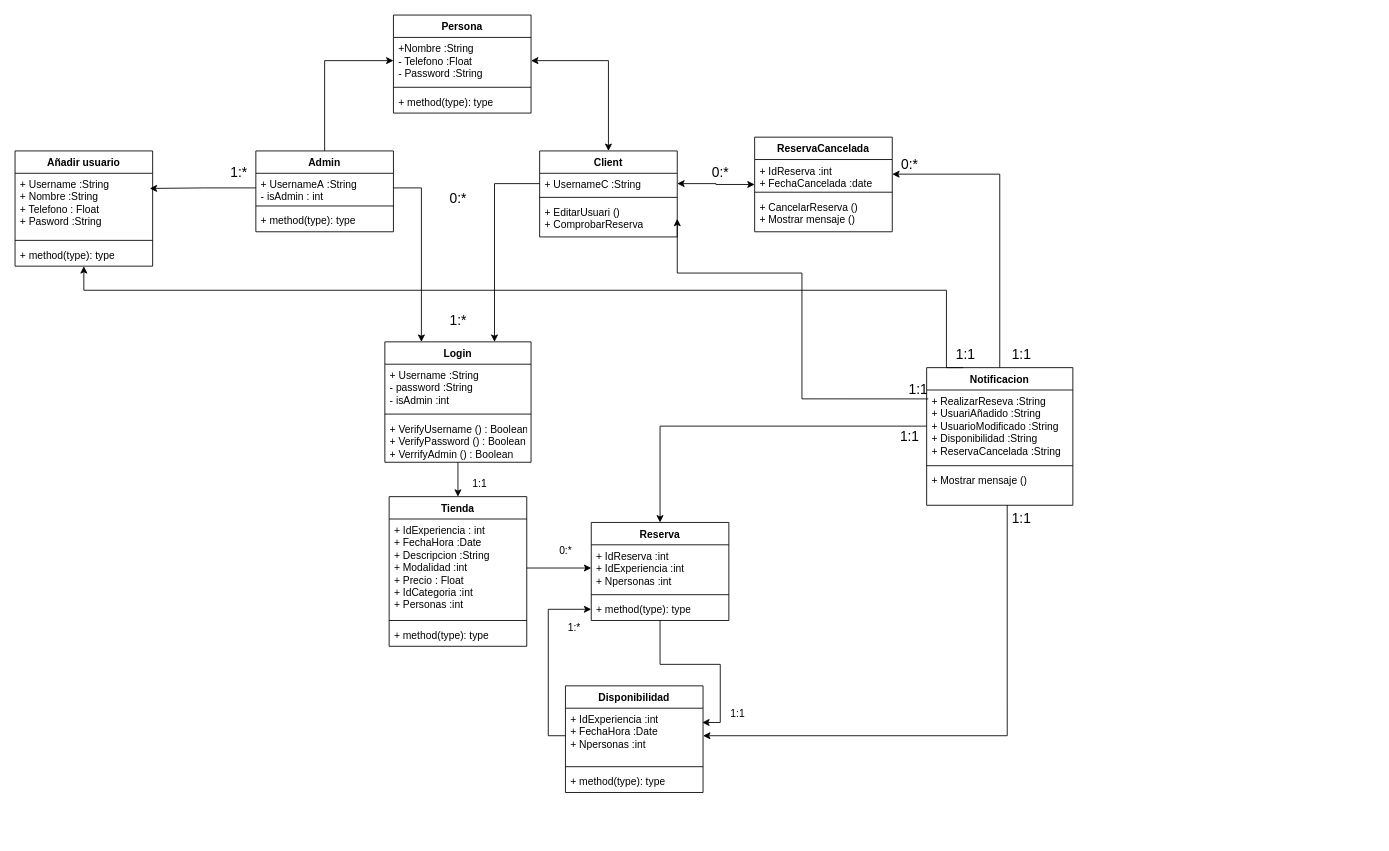
This is Diagramas/UML_XaJo.drawio from joam6/Sailing_XaJo, a draw.io file, before an edit. Source tidied: cells renumbered, new cells numbered last; positions are measured from the earlier drawing's top-left corner, leaving out a move shared by most shapes. Both pictures are drawn from the tidied source at 86%, with x=0, y=0 at pixel (15, 15).
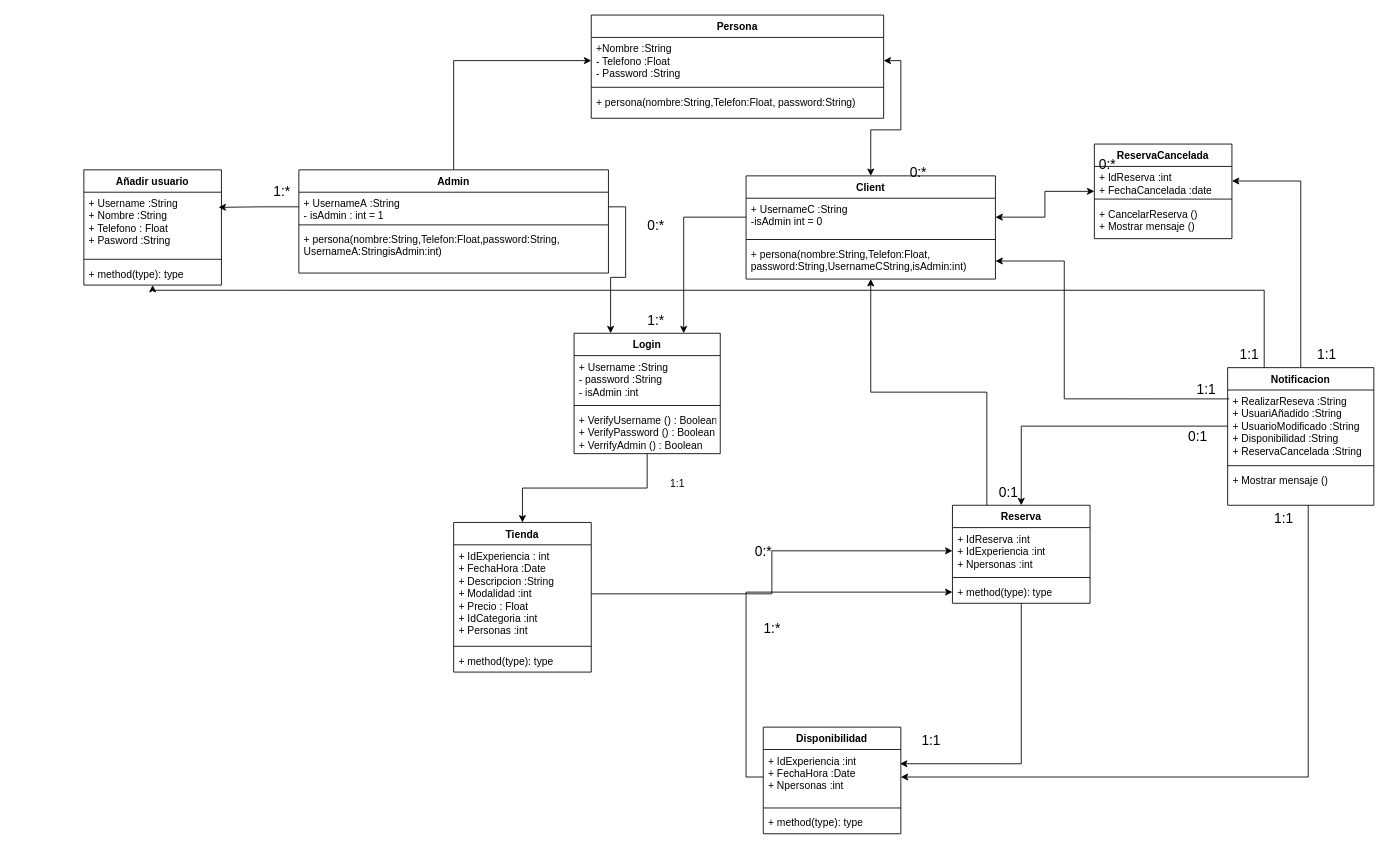
The same diagram, later.

The change refers to these unchanged cells:
```xml
<mxCell id="29" value="+ RealizarReseva :String&lt;br&gt;+ UsuariAñadido :String&lt;br&gt;+ UsuarioModificado :String&lt;br&gt;+ Disponibilidad :String&lt;br&gt;+ ReservaCancelada :String" style="text;strokeColor=none;fillColor=none;align=left;verticalAlign=top;spacingLeft=4;spacingRight=4;overflow=hidden;points=[[0,0.5],[1,0.5]];portConstraint=eastwest;whiteSpace=wrap;html=1;" parent="28" vertex="1">
  <mxGeometry y="26" width="170" height="84" as="geometry" />
</mxCell>
```

Diff of the diagram source:
```diff
@@
     <mxCell id="3" value="Login" style="swimlane;fontStyle=1;align=center;verticalAlign=top;horizontal=1;startSize=26;whiteSpace=wrap;html=1;" parent="1" vertex="1">
-      <mxGeometry x="430" y="380" width="170" height="140" as="geometry" />
+      <mxGeometry x="650" y="370" width="170" height="140" as="geometry" />
     </mxCell>
@@
     <mxCell id="7" value="Persona" style="swimlane;fontStyle=1;align=center;verticalAlign=top;horizontal=1;startSize=26;whiteSpace=wrap;html=1;" parent="1" vertex="1">
-      <mxGeometry x="440" width="160" height="114" as="geometry" />
+      <mxGeometry x="670" width="340" height="120" as="geometry" />
     </mxCell>
     <mxCell id="8" value="+Nombre :String&lt;br&gt;- Telefono :Float&lt;br&gt;- Password :String" style="text;strokeColor=none;fillColor=none;align=left;verticalAlign=top;spacingLeft=4;spacingRight=4;overflow=hidden;points=[[0,0.5],[1,0.5]];portConstraint=eastwest;whiteSpace=wrap;html=1;" parent="7" vertex="1">
-      <mxGeometry y="26" width="160" height="54" as="geometry" />
+      <mxGeometry y="26" width="340" height="54" as="geometry" />
     </mxCell>
     <mxCell id="9" style="line;strokeWidth=1;fillColor=none;align=left;verticalAlign=middle;spacingTop=-1;spacingLeft=3;spacingRight=3;labelPosition=right;strokeColor=inherit;" parent="7" vertex="1">
-      <mxGeometry y="80" width="160" height="8" as="geometry" />
+      <mxGeometry y="80" width="340" height="8" as="geometry" />
     </mxCell>
-    <mxCell id="10" value="+ method(type): type" style="text;strokeColor=none;fillColor=none;align=left;verticalAlign=top;spacingLeft=4;spacingRight=4;overflow=hidden;whiteSpace=wrap;html=1;" parent="7" vertex="1">
-      <mxGeometry y="88" width="160" height="26" as="geometry" />
+    <mxCell id="10" value="+ persona(nombre:String,Telefon:Float, password:String)" style="text;strokeColor=none;fillColor=none;align=left;verticalAlign=top;spacingLeft=4;spacingRight=4;overflow=hidden;whiteSpace=wrap;html=1;" parent="7" vertex="1">
+      <mxGeometry y="88" width="340" height="32" as="geometry" />
     </mxCell>
@@
     <mxCell id="12" value="Admin" style="swimlane;fontStyle=1;align=center;verticalAlign=top;horizontal=1;startSize=26;whiteSpace=wrap;html=1;" parent="1" vertex="1">
-      <mxGeometry x="280" y="158" width="160" height="94" as="geometry" />
+      <mxGeometry x="330" y="180" width="360" height="120" as="geometry" />
     </mxCell>
-    <mxCell id="13" value="&lt;div&gt;+ UsernameA&amp;nbsp;&lt;span style=&quot;background-color: initial;&quot;&gt;:String&lt;/span&gt;&lt;/div&gt;- isAdmin : int" style="text;strokeColor=none;fillColor=none;align=left;verticalAlign=top;spacingLeft=4;spacingRight=4;overflow=hidden;points=[[0,0.5],[1,0.5]];portConstraint=eastwest;whiteSpace=wrap;html=1;" parent="12" vertex="1">
-      <mxGeometry y="26" width="160" height="34" as="geometry" />
+    <mxCell id="13" value="&lt;div&gt;+ UsernameA&amp;nbsp;&lt;span style=&quot;background-color: initial;&quot;&gt;:String&lt;/span&gt;&lt;/div&gt;- isAdmin : int = 1" style="text;strokeColor=none;fillColor=none;align=left;verticalAlign=top;spacingLeft=4;spacingRight=4;overflow=hidden;points=[[0,0.5],[1,0.5]];portConstraint=eastwest;whiteSpace=wrap;html=1;" parent="12" vertex="1">
+      <mxGeometry y="26" width="360" height="34" as="geometry" />
     </mxCell>
     <mxCell id="14" style="line;strokeWidth=1;fillColor=none;align=left;verticalAlign=middle;spacingTop=-1;spacingLeft=3;spacingRight=3;labelPosition=right;strokeColor=inherit;" parent="12" vertex="1">
-      <mxGeometry y="60" width="160" height="8" as="geometry" />
+      <mxGeometry y="60" width="360" height="8" as="geometry" />
     </mxCell>
-    <mxCell id="15" value="+ method(type): type" style="text;strokeColor=none;fillColor=none;align=left;verticalAlign=top;spacingLeft=4;spacingRight=4;overflow=hidden;whiteSpace=wrap;html=1;" parent="12" vertex="1">
-      <mxGeometry y="68" width="160" height="26" as="geometry" />
+    <mxCell id="15" value="+ persona(nombre:String,Telefon:Float,password:String,&lt;br&gt;UsernameA:StringisAdmin:int)" style="text;strokeColor=none;fillColor=none;align=left;verticalAlign=top;spacingLeft=4;spacingRight=4;overflow=hidden;whiteSpace=wrap;html=1;" parent="12" vertex="1">
+      <mxGeometry y="68" width="360" height="52" as="geometry" />
     </mxCell>
@@
     <mxCell id="17" value="Client" style="swimlane;fontStyle=1;align=center;verticalAlign=top;horizontal=1;startSize=26;whiteSpace=wrap;html=1;" parent="1" vertex="1">
-      <mxGeometry x="610" y="158" width="160" height="100" as="geometry" />
+      <mxGeometry x="850" y="187" width="290" height="120" as="geometry" />
     </mxCell>
-    <mxCell id="18" value="&lt;div&gt;+ UsernameC&amp;nbsp;&lt;span style=&quot;background-color: initial;&quot;&gt;:String&lt;/span&gt;&lt;/div&gt;" style="text;strokeColor=none;fillColor=none;align=left;verticalAlign=top;spacingLeft=4;spacingRight=4;overflow=hidden;points=[[0,0.5],[1,0.5]];portConstraint=eastwest;whiteSpace=wrap;html=1;" parent="17" vertex="1">
-      <mxGeometry y="26" width="160" height="24" as="geometry" />
+    <mxCell id="18" value="&lt;div&gt;+ UsernameC&amp;nbsp;&lt;span style=&quot;background-color: initial;&quot;&gt;:String&lt;br&gt;-isAdmin int = 0&lt;/span&gt;&lt;/div&gt;" style="text;strokeColor=none;fillColor=none;align=left;verticalAlign=top;spacingLeft=4;spacingRight=4;overflow=hidden;points=[[0,0.5],[1,0.5]];portConstraint=eastwest;whiteSpace=wrap;html=1;" parent="17" vertex="1">
+      <mxGeometry y="26" width="290" height="44" as="geometry" />
     </mxCell>
     <mxCell id="19" style="line;strokeWidth=1;fillColor=none;align=left;verticalAlign=middle;spacingTop=-1;spacingLeft=3;spacingRight=3;labelPosition=right;strokeColor=inherit;" parent="17" vertex="1">
-      <mxGeometry y="50" width="160" height="8" as="geometry" />
+      <mxGeometry y="70" width="290" height="8" as="geometry" />
     </mxCell>
-    <mxCell id="20" value="+ EditarUsuari ()&lt;br&gt;+ ComprobarReserva&lt;div&gt;&lt;/div&gt;" style="text;strokeColor=none;fillColor=none;align=left;verticalAlign=top;spacingLeft=4;spacingRight=4;overflow=hidden;points=[[0,0.5],[1,0.5]];portConstraint=eastwest;whiteSpace=wrap;html=1;" parent="17" vertex="1">
-      <mxGeometry y="58" width="160" height="42" as="geometry" />
+    <mxCell id="20" value="+ persona(nombre:String,Telefon:Float, password:String,UsernameCString,isAdmin:int)&lt;div&gt;&lt;/div&gt;" style="text;strokeColor=none;fillColor=none;align=left;verticalAlign=top;spacingLeft=4;spacingRight=4;overflow=hidden;points=[[0,0.5],[1,0.5]];portConstraint=eastwest;whiteSpace=wrap;html=1;" parent="17" vertex="1">
+      <mxGeometry y="78" width="290" height="42" as="geometry" />
     </mxCell>
@@
+    <mxCell id="71" style="edgeStyle=orthogonalEdgeStyle;rounded=0;jettySize=auto;html=1;exitX=0.25;exitY=0;exitDx=0;exitDy=0;" parent="1" edge="1" source="23" target="17">
+      <mxGeometry relative="1" as="geometry" />
+    </mxCell>
     <mxCell id="23" value="Reserva" style="swimlane;fontStyle=1;align=center;verticalAlign=top;horizontal=1;startSize=26;whiteSpace=wrap;html=1;" parent="1" vertex="1">
-      <mxGeometry x="670" y="590" width="160" height="114" as="geometry" />
+      <mxGeometry x="1090" y="570" width="160" height="114" as="geometry" />
     </mxCell>
@@
     <mxCell id="28" value="Notificacion" style="swimlane;fontStyle=1;align=center;verticalAlign=top;horizontal=1;startSize=26;whiteSpace=wrap;html=1;" parent="1" vertex="1">
-      <mxGeometry x="1060" y="410" width="170" height="160" as="geometry" />
+      <mxGeometry x="1410" y="410" width="170" height="160" as="geometry" />
     </mxCell>
@@
     <mxCell id="32" style="edgeStyle=orthogonalEdgeStyle;rounded=0;jettySize=auto;html=1;entryX=0.25;entryY=0;entryDx=0;entryDy=0;startArrow=classic;startFill=1;endArrow=none;endFill=0;" parent="1" edge="1" source="33" target="28">
       <mxGeometry relative="1" as="geometry">
         <Array as="points">
-          <mxPoint x="80" y="320" />
-          <mxPoint x="1083" y="320" />
+          <mxPoint x="310" y="320" />
+          <mxPoint x="1313" y="320" />
         </Array>
       </mxGeometry>
     </mxCell>
     <mxCell id="33" value="Añadir usuario" style="swimlane;fontStyle=1;align=center;verticalAlign=top;horizontal=1;startSize=26;whiteSpace=wrap;html=1;" parent="1" vertex="1">
-      <mxGeometry y="158" width="160" height="134" as="geometry" />
+      <mxGeometry x="80" y="180" width="160" height="134" as="geometry" />
     </mxCell>
@@
     <mxCell id="38" value="ReservaCancelada" style="swimlane;fontStyle=1;align=center;verticalAlign=top;horizontal=1;startSize=26;whiteSpace=wrap;html=1;" parent="1" vertex="1">
-      <mxGeometry x="860" y="142" width="160" height="110" as="geometry" />
+      <mxGeometry x="1255" y="150" width="160" height="110" as="geometry" />
     </mxCell>
@@
     <mxCell id="42" value="Disponibilidad" style="swimlane;fontStyle=1;align=center;verticalAlign=top;horizontal=1;startSize=26;whiteSpace=wrap;html=1;" parent="1" vertex="1">
-      <mxGeometry x="640" y="780" width="160" height="124" as="geometry" />
+      <mxGeometry x="870" y="828" width="160" height="124" as="geometry" />
     </mxCell>
@@
     <mxCell id="46" value="Tienda" style="swimlane;fontStyle=1;align=center;verticalAlign=top;horizontal=1;startSize=26;whiteSpace=wrap;html=1;" parent="1" vertex="1">
-      <mxGeometry x="435" y="560" width="160" height="174" as="geometry" />
+      <mxGeometry x="510" y="590" width="160" height="174" as="geometry" />
     </mxCell>
@@
     <mxCell id="56" style="edgeStyle=orthogonalEdgeStyle;rounded=0;jettySize=auto;html=1;exitX=1;exitY=0.5;exitDx=0;exitDy=0;entryX=0.011;entryY=0.123;entryDx=0;entryDy=0;entryPerimeter=0;startArrow=classic;startFill=1;endArrow=none;endFill=0;" parent="1" edge="1" source="20" target="29">
       <mxGeometry relative="1" as="geometry">
         <Array as="points">
-          <mxPoint x="770" y="300" />
-          <mxPoint x="915" y="300" />
-          <mxPoint x="915" y="446" />
+          <mxPoint x="1220" y="286" />
+          <mxPoint x="1220" y="446" />
         </Array>
       </mxGeometry>
     </mxCell>
     <mxCell id="57" value="1:1" style="text;html=1;align=center;verticalAlign=middle;strokeColor=none;fillColor=none;fontSize=16;" parent="1" vertex="1">
-      <mxGeometry x="1080" y="380" width="50" height="30" as="geometry" />
+      <mxGeometry x="1410" y="380" width="50" height="30" as="geometry" />
     </mxCell>
     <mxCell id="58" value="1:1" style="text;html=1;align=center;verticalAlign=middle;strokeColor=none;fillColor=none;fontSize=16;" parent="1" vertex="1">
-      <mxGeometry x="1145" y="380" width="50" height="30" as="geometry" />
+      <mxGeometry x="1500" y="380" width="50" height="30" as="geometry" />
     </mxCell>
     <mxCell id="59" value="1:1" style="text;html=1;align=center;verticalAlign=middle;strokeColor=none;fillColor=none;fontSize=16;" parent="1" vertex="1">
-      <mxGeometry x="1145" y="570" width="50" height="30" as="geometry" />
+      <mxGeometry x="1450" y="570" width="50" height="30" as="geometry" />
     </mxCell>
-    <mxCell id="60" value="1:1" style="text;html=1;align=center;verticalAlign=middle;strokeColor=none;fillColor=none;fontSize=16;" parent="1" vertex="1">
-      <mxGeometry x="1015" y="475" width="50" height="30" as="geometry" />
+    <mxCell id="60" value="0:1" style="text;html=1;align=center;verticalAlign=middle;strokeColor=none;fillColor=none;fontSize=16;" parent="1" vertex="1">
+      <mxGeometry x="1350" y="475" width="50" height="30" as="geometry" />
     </mxCell>
     <mxCell id="61" value="1:1" style="text;html=1;align=center;verticalAlign=middle;strokeColor=none;fillColor=none;fontSize=16;" parent="1" vertex="1">
-      <mxGeometry x="1025" y="420" width="50" height="30" as="geometry" />
+      <mxGeometry x="1360" y="420" width="50" height="30" as="geometry" />
     </mxCell>
     <mxCell id="62" value="1:*" style="text;html=1;align=center;verticalAlign=middle;strokeColor=none;fillColor=none;fontSize=16;" parent="1" vertex="1">
-      <mxGeometry x="240" y="168" width="40" height="30" as="geometry" />
+      <mxGeometry x="290" y="190" width="40" height="30" as="geometry" />
     </mxCell>
     <mxCell id="63" value="0:*" style="text;html=1;align=center;verticalAlign=middle;strokeColor=none;fillColor=none;fontSize=16;" parent="1" vertex="1">
-      <mxGeometry x="1020" y="158" width="40" height="30" as="geometry" />
+      <mxGeometry x="1250" y="158" width="40" height="30" as="geometry" />
     </mxCell>
     <mxCell id="64" value="0:*" style="text;html=1;align=center;verticalAlign=middle;strokeColor=none;fillColor=none;strokeWidth=1;fontSize=16;" parent="1" vertex="1">
-      <mxGeometry x="800" y="168" width="40" height="30" as="geometry" />
+      <mxGeometry x="1030" y="168" width="40" height="30" as="geometry" />
     </mxCell>
     <mxCell id="65" value="1:*" style="text;html=1;align=center;verticalAlign=middle;strokeColor=none;fillColor=none;fontSize=16;" parent="1" vertex="1">
-      <mxGeometry x="495" y="340" width="40" height="30" as="geometry" />
+      <mxGeometry x="725" y="340" width="40" height="30" as="geometry" />
     </mxCell>
     <mxCell id="66" value="0:*" style="text;html=1;align=center;verticalAlign=middle;strokeColor=none;fillColor=none;strokeWidth=1;fontSize=16;" parent="1" vertex="1">
-      <mxGeometry x="495" y="198" width="40" height="30" as="geometry" />
+      <mxGeometry x="725" y="230" width="40" height="30" as="geometry" />
     </mxCell>
     <mxCell id="67" value="1:1" style="text;html=1;align=center;verticalAlign=middle;strokeColor=none;fillColor=none;" parent="1" vertex="1">
-      <mxGeometry x="520" y="530" width="40" height="30" as="geometry" />
+      <mxGeometry x="750" y="530" width="40" height="30" as="geometry" />
     </mxCell>
-    <mxCell id="68" value="1:*" style="text;html=1;align=center;verticalAlign=middle;strokeColor=none;fillColor=none;" parent="1" vertex="1">
-      <mxGeometry x="630" y="698" width="40" height="30" as="geometry" />
+    <mxCell id="68" value="1:*" style="text;html=1;align=center;verticalAlign=middle;strokeColor=none;fillColor=none;fontSize=16;" parent="1" vertex="1">
+      <mxGeometry x="860" y="698" width="40" height="30" as="geometry" />
     </mxCell>
-    <mxCell id="69" value="1:1" style="text;html=1;align=center;verticalAlign=middle;strokeColor=none;fillColor=none;" parent="1" vertex="1">
-      <mxGeometry x="820" y="798" width="40" height="30" as="geometry" />
+    <mxCell id="69" value="1:1" style="text;html=1;align=center;verticalAlign=middle;strokeColor=none;fillColor=none;fontSize=16;" parent="1" vertex="1">
+      <mxGeometry x="1040" y="828" width="50" height="30" as="geometry" />
     </mxCell>
-    <mxCell id="70" value="0:*" style="text;html=1;align=center;verticalAlign=middle;strokeColor=none;fillColor=none;" parent="1" vertex="1">
-      <mxGeometry x="620" y="608" width="40" height="30" as="geometry" />
+    <mxCell id="70" value="0:*" style="text;html=1;align=center;verticalAlign=middle;strokeColor=none;fillColor=none;fontSize=16;" parent="1" vertex="1">
+      <mxGeometry x="850" y="608" width="40" height="30" as="geometry" />
     </mxCell>
+    <mxCell id="72" value="0:1" style="text;html=1;align=center;verticalAlign=middle;strokeColor=none;fillColor=none;fontSize=16;" parent="1" vertex="1">
+      <mxGeometry x="1130" y="540" width="50" height="30" as="geometry" />
+    </mxCell>
```
